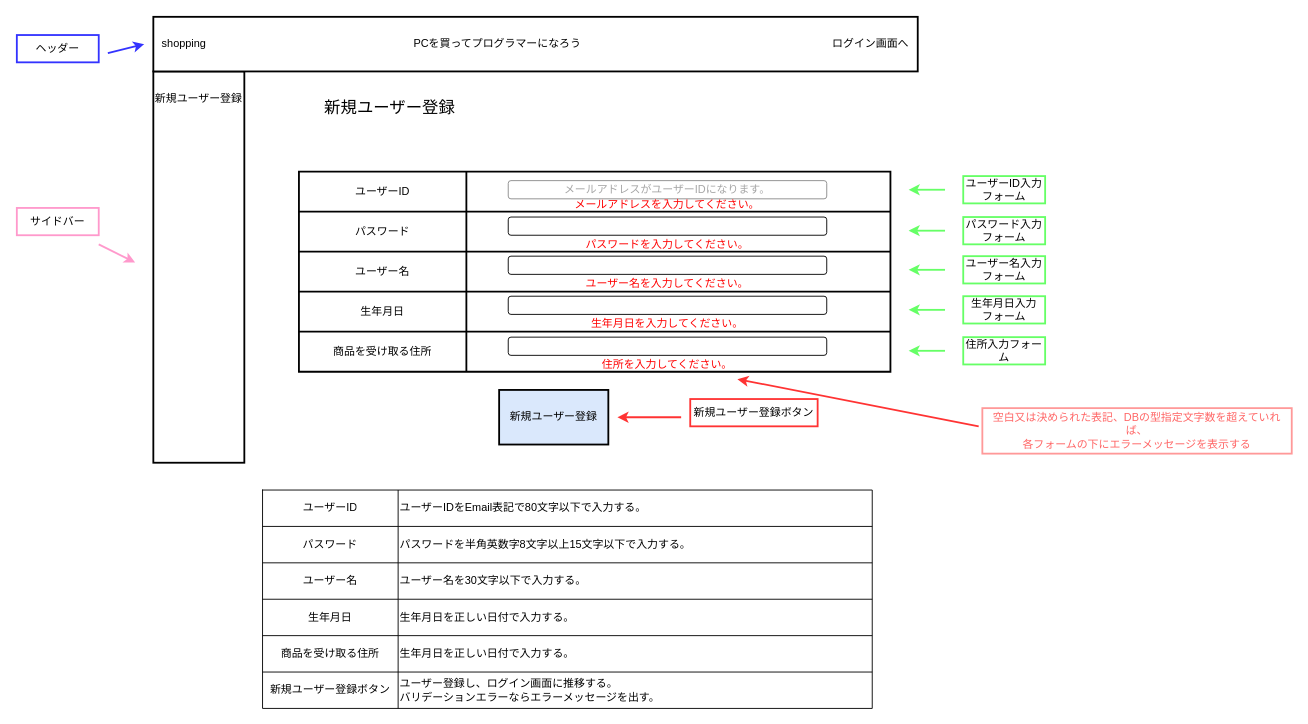
The draw.io diagram page "新規ユーザー登録" (2 of 33) of src/main/resources/templates/shopping/Untitled Diagram.drawio in YumaMaruyama/ITworksTRYshopping, before the edit. Source tidied: cells renumbered, new cells numbered last; positions are measured from the earlier drawing's top-left corner, leaving out a move shared by most shapes. Both pictures are drawn from the tidied source at 91%, with x=0, y=0 at pixel (16, 16).
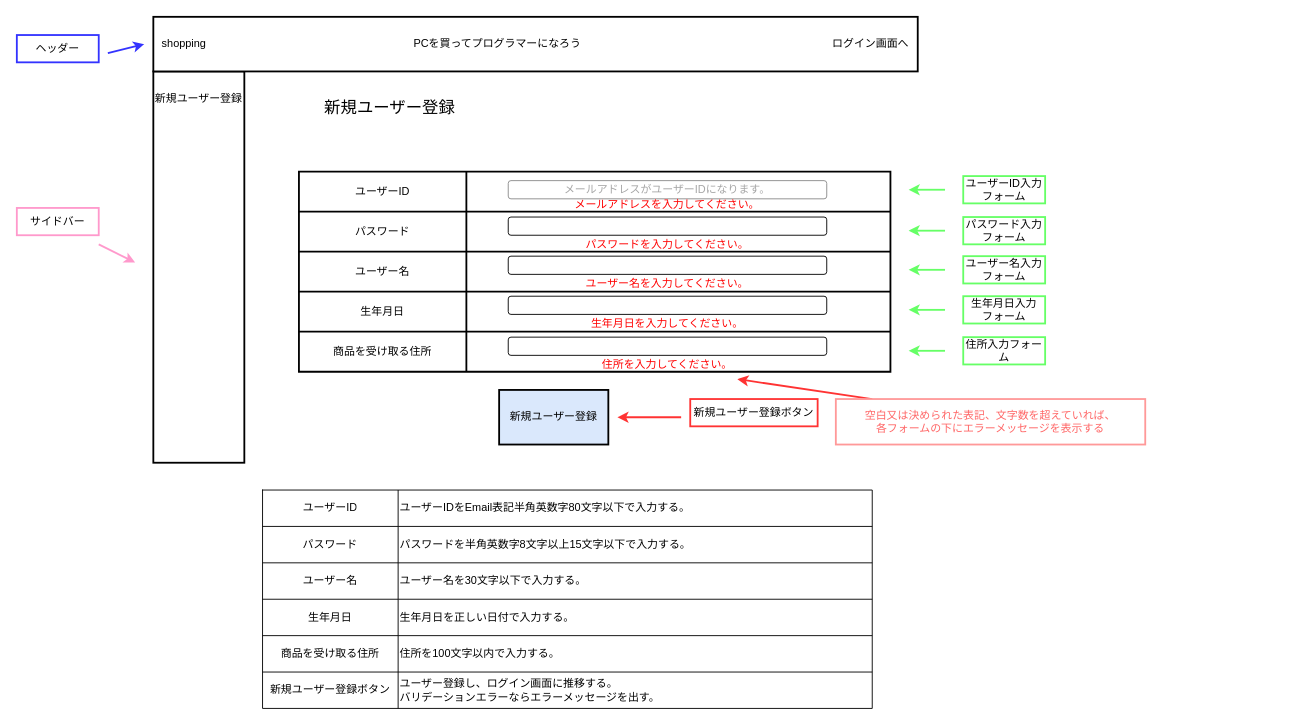
The same diagram, later.

Unchanged cells that the change refers to:
```xml
<mxCell id="42" value="&lt;font color=&quot;#ff0000&quot;&gt;住所を入力してください。&lt;/font&gt;" style="text;html=1;strokeColor=none;fillColor=none;align=center;verticalAlign=middle;whiteSpace=wrap;rounded=0;" parent="1" vertex="1">
  <mxGeometry x="520" y="372" width="390" height="20" as="geometry" />
</mxCell>
<mxCell id="54" style="shape=partialRectangle;fillColor=none;top=0;left=0;bottom=0;right=0;" parent="53" vertex="1">
  <mxGeometry width="670" height="40" as="geometry" />
</mxCell>
<mxCell id="66" style="shape=partialRectangle;fillColor=none;top=0;left=0;bottom=0;right=0;" parent="53" vertex="1">
  <mxGeometry y="160" width="670" height="40" as="geometry" />
</mxCell>
```

Change to the diagram source:
```diff
@@
     <mxCell id="36" style="endArrow=classic;html=1;strokeColor=#FF3333;strokeWidth=2;entryX=0.697;entryY=1.306;entryDx=0;entryDy=0;entryPerimeter=0;" parent="1" edge="1" target="42">
       <mxGeometry relative="1" as="geometry">
-        <mxPoint x="1057" y="450" as="sourcePoint" />
+        <mxPoint x="940" y="420" as="sourcePoint" />
       </mxGeometry>
     </mxCell>
-    <mxCell id="37" value="&lt;font color=&quot;#ff6666&quot;&gt;空白又は決められた表記、DBの型指定文字数を超えていれば、&lt;br&gt;各フォームの下にエラーメッセージを表示する&lt;br&gt;&lt;/font&gt;" style="rounded=0;whiteSpace=wrap;html=1;fontColor=#FFE6CC;strokeColor=#FF9999;strokeWidth=2;" parent="1" vertex="1">
-      <mxGeometry x="1061" y="430" width="340" height="50" as="geometry" />
+    <mxCell id="37" value="&lt;font color=&quot;#ff6666&quot;&gt;空白又は決められた表記、文字数を超えていれば、&lt;br&gt;各フォームの下にエラーメッセージを表示する&lt;br&gt;&lt;/font&gt;" style="rounded=0;whiteSpace=wrap;html=1;fontColor=#FFE6CC;strokeColor=#FF9999;strokeWidth=2;" parent="1" vertex="1">
+      <mxGeometry x="900" y="420" width="340" height="50" as="geometry" />
     </mxCell>
@@
-    <mxCell id="56" value="&lt;span style=&quot;font-family: &amp;quot;helvetica&amp;quot;&quot;&gt;ユーザーID&lt;/span&gt;&lt;span style=&quot;background-color: rgb(255 , 255 , 255)&quot;&gt;をEmail表記で80文字以下で入力する。&lt;/span&gt;" style="shape=partialRectangle;html=1;whiteSpace=wrap;overflow=hidden;fillColor=none;top=0;left=0;bottom=0;right=0;align=left;" parent="54" vertex="1">
+    <mxCell id="56" value="&lt;span style=&quot;font-family: &amp;#34;helvetica&amp;#34;&quot;&gt;ユーザーID&lt;/span&gt;&lt;span style=&quot;background-color: rgb(255 , 255 , 255)&quot;&gt;をEmail表記半角英数字80文字以下で入力する。&lt;/span&gt;" style="shape=partialRectangle;html=1;whiteSpace=wrap;overflow=hidden;fillColor=none;top=0;left=0;bottom=0;right=0;align=left;" parent="54" vertex="1">
       <mxGeometry x="149" width="521" height="40" as="geometry" />
     </mxCell>
@@
-    <mxCell id="68" value="&lt;span style=&quot;font-family: &amp;quot;helvetica&amp;quot;&quot;&gt;生年月日&lt;/span&gt;&lt;span style=&quot;font-family: &amp;quot;helvetica&amp;quot;&quot;&gt;を正しい日付で入力する。&lt;/span&gt;" style="shape=partialRectangle;html=1;whiteSpace=wrap;overflow=hidden;fillColor=none;top=0;left=0;bottom=0;right=0;align=left;" parent="66" vertex="1">
+    <mxCell id="68" value="&lt;font face=&quot;helvetica&quot;&gt;住所を100文字以内で入力する。&lt;/font&gt;" style="shape=partialRectangle;html=1;whiteSpace=wrap;overflow=hidden;fillColor=none;top=0;left=0;bottom=0;right=0;align=left;" parent="66" vertex="1">
       <mxGeometry x="149" width="521" height="40" as="geometry" />
     </mxCell>
```
